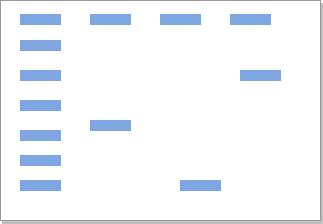
Before: experiment/simulation/images/outputgel.png, a diagram exported from draw.io (virtual-labs/exp-dna-agarose-gel-electrophoresis-iitkgp). Source tidied: cells renumbered, new cells last; positions are measured from the earlier drawing's top-left corner, leaving out a move shared by most shapes.
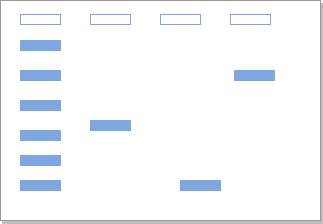
After the commit.

What changed in the source:
```diff
@@ -5,16 +5,16 @@
     <mxCell id="2" style="rounded=0;whiteSpace=wrap;html=1;strokeColor=#999999;glass=0;shadow=1;rotation=0;" parent="1" vertex="1">
       <mxGeometry width="320" height="220" as="geometry" />
     </mxCell>
-    <mxCell id="3" style="rounded=0;whiteSpace=wrap;html=1;fillColor=#7EA6E0;strokeColor=#7EA6E0;" parent="1" vertex="1">
+    <mxCell id="3" style="rounded=0;whiteSpace=wrap;html=1;fillColor=#FFFFFF;strokeColor=#7EA6E0;" parent="1" vertex="1">
       <mxGeometry x="20" y="14" width="40" height="10" as="geometry" />
     </mxCell>
-    <mxCell id="4" style="rounded=0;whiteSpace=wrap;html=1;fillColor=#7EA6E0;strokeColor=#7EA6E0;" parent="1" vertex="1">
+    <mxCell id="4" style="rounded=0;whiteSpace=wrap;html=1;fillColor=#FFFFFF;strokeColor=#7EA6E0;" parent="1" vertex="1">
       <mxGeometry x="90" y="14" width="40" height="10" as="geometry" />
     </mxCell>
-    <mxCell id="5" style="rounded=0;whiteSpace=wrap;html=1;fillColor=#7EA6E0;strokeColor=#7EA6E0;" parent="1" vertex="1">
+    <mxCell id="5" style="rounded=0;whiteSpace=wrap;html=1;fillColor=#FFFFFF;strokeColor=#7EA6E0;" parent="1" vertex="1">
       <mxGeometry x="160" y="14" width="40" height="10" as="geometry" />
     </mxCell>
-    <mxCell id="6" style="rounded=0;whiteSpace=wrap;html=1;fillColor=#7EA6E0;strokeColor=#7EA6E0;" parent="1" vertex="1">
+    <mxCell id="6" style="rounded=0;whiteSpace=wrap;html=1;fillColor=#FFFFFF;strokeColor=#7EA6E0;" parent="1" vertex="1">
       <mxGeometry x="230" y="14" width="40" height="10" as="geometry" />
     </mxCell>
     <mxCell id="7" style="rounded=0;whiteSpace=wrap;html=1;fillColor=#7EA6E0;strokeColor=#7EA6E0;" parent="1" vertex="1">
@@ -42,7 +42,7 @@
       <mxGeometry x="180" y="180" width="40" height="10" as="geometry" />
     </mxCell>
     <mxCell id="15" style="rounded=0;whiteSpace=wrap;html=1;fillColor=#7EA6E0;strokeColor=#7EA6E0;" parent="1" vertex="1">
-      <mxGeometry x="240" y="70" width="40" height="10" as="geometry" />
+      <mxGeometry x="234" y="70" width="40" height="10" as="geometry" />
     </mxCell>
   </root>
 </mxGraphModel>
```
